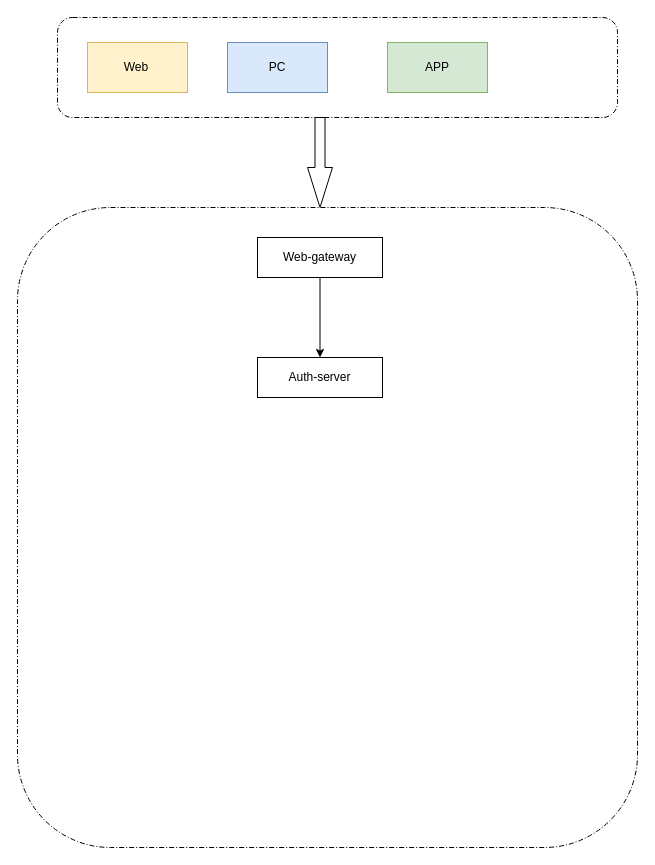
Before: 未命名绘图.drawio in liuchengwen/SpringBoot, a draw.io diagram. Source tidied: cells renumbered, new cells numbered last; positions are measured from the earlier drawing's top-left corner, leaving out a move shared by most shapes. Both pictures are drawn from the tidied source at 100%, with x=0, y=0 at pixel (17, 17).
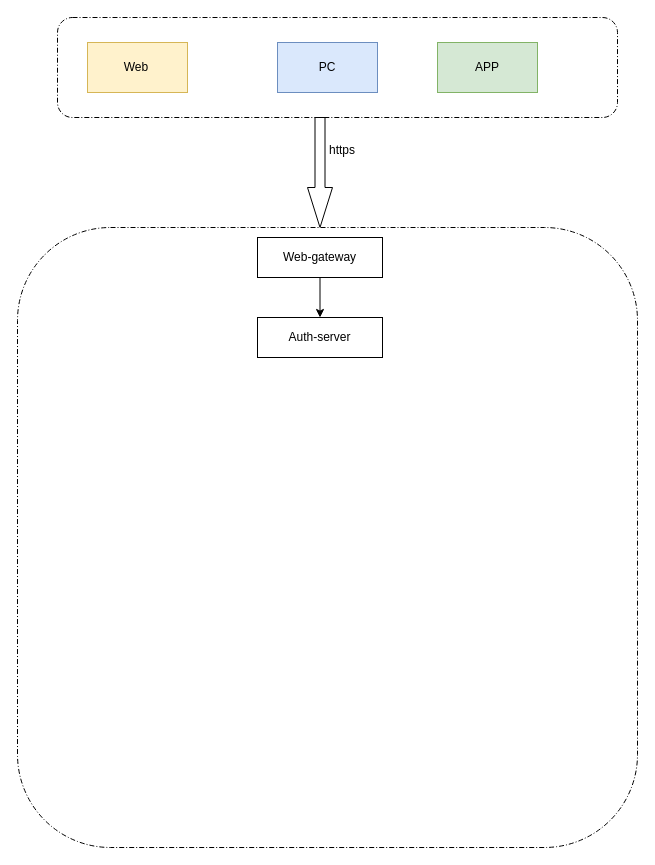
After the change.

Commit message (it also covers changes not shown here):
更新未命名绘图.drawio

Change to the diagram source:
```diff
@@
 <mxGraphModel>
   <root>
     <mxCell id="0" />
     <mxCell id="1" parent="0" />
     <mxCell id="2" style="rounded=1;dashed=1;dashPattern=5 2 1 2;labelPosition=center;verticalLabelPosition=middle;align=center;verticalAlign=middle;fontSize=8;html=1;whiteSpace=wrap;" parent="1" vertex="1">
       <mxGeometry x="40" width="560" height="100" as="geometry" />
     </mxCell>
     <mxCell id="3" value="Web&lt;span style=&quot;white-space: pre;&quot;&gt;&#9;&lt;/span&gt;" style="html=1;dashed=0;whiteSpace=wrap;fillColor=#fff2cc;strokeColor=#d6b656;" parent="1" vertex="1">
       <mxGeometry x="70" y="25" width="100" height="50" as="geometry" />
     </mxCell>
     <mxCell id="4" value="PC" style="html=1;dashed=0;whiteSpace=wrap;fillColor=#dae8fc;strokeColor=#6c8ebf;" parent="1" vertex="1">
-      <mxGeometry x="210" y="25" width="100" height="50" as="geometry" />
+      <mxGeometry x="260" y="25" width="100" height="50" as="geometry" />
     </mxCell>
     <mxCell id="5" value="APP" style="html=1;dashed=0;whiteSpace=wrap;fillColor=#d5e8d4;strokeColor=#82b366;" parent="1" vertex="1">
-      <mxGeometry x="370" y="25" width="100" height="50" as="geometry" />
+      <mxGeometry x="420" y="25" width="100" height="50" as="geometry" />
     </mxCell>
     <mxCell id="6" style="html=1;shadow=0;dashed=0;align=center;verticalAlign=middle;shape=mxgraph.arrows2.arrow;dy=0.6;dx=40;direction=south;notch=0;" parent="1" vertex="1">
-      <mxGeometry x="290" y="100" width="25" height="90" as="geometry" />
+      <mxGeometry x="290" y="100" width="25" height="110" as="geometry" />
     </mxCell>
     <mxCell id="7" style="rounded=1;dashed=1;dashPattern=5 2 1 2;labelPosition=center;verticalLabelPosition=middle;align=center;verticalAlign=middle;fontSize=8;html=1;whiteSpace=wrap;" parent="1" vertex="1">
-      <mxGeometry y="190" width="620" height="640" as="geometry" />
+      <mxGeometry y="210" width="620" height="620" as="geometry" />
     </mxCell>
     <mxCell id="8" style="edgeStyle=orthogonalEdgeStyle;rounded=0;jettySize=auto;html=1;" parent="1" edge="1" source="9" target="10">
       <mxGeometry relative="1" as="geometry" />
     </mxCell>
     <mxCell id="9" value="Web-gateway" style="rounded=0;whiteSpace=wrap;html=1;" parent="1" vertex="1">
       <mxGeometry x="240" y="220" width="125" height="40" as="geometry" />
     </mxCell>
     <mxCell id="10" value="Auth-server" style="rounded=0;whiteSpace=wrap;html=1;" parent="1" vertex="1">
-      <mxGeometry x="240" y="340" width="125" height="40" as="geometry" />
+      <mxGeometry x="240" y="300" width="125" height="40" as="geometry" />
     </mxCell>
+    <mxCell id="11" value="https" style="text;html=1;strokeColor=none;fillColor=none;align=center;verticalAlign=middle;whiteSpace=wrap;overflow=hidden;" parent="1" vertex="1">
+      <mxGeometry x="285" y="123" width="80" height="20" as="geometry" />
+    </mxCell>
   </root>
 </mxGraphModel>
```
